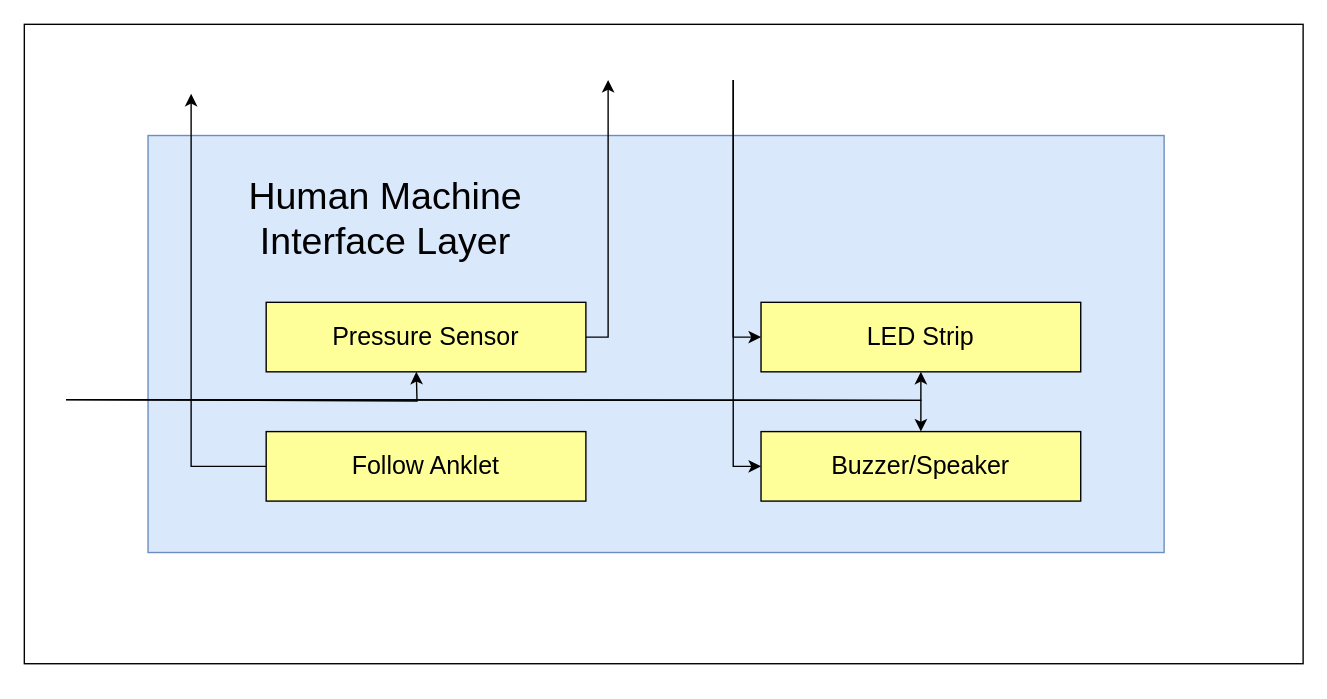
Above: DRAWIO Files/Kendall/HMI_Layer.drawio in TuringBoard/ADS (draw.io), before the change. Source tidied: cells renumbered, new cells numbered last; positions are measured from the earlier drawing's top-left corner, leaving out a move shared by most shapes. Both pictures are drawn from the tidied source at 139%, with x=0, y=0 at pixel (24, 24).
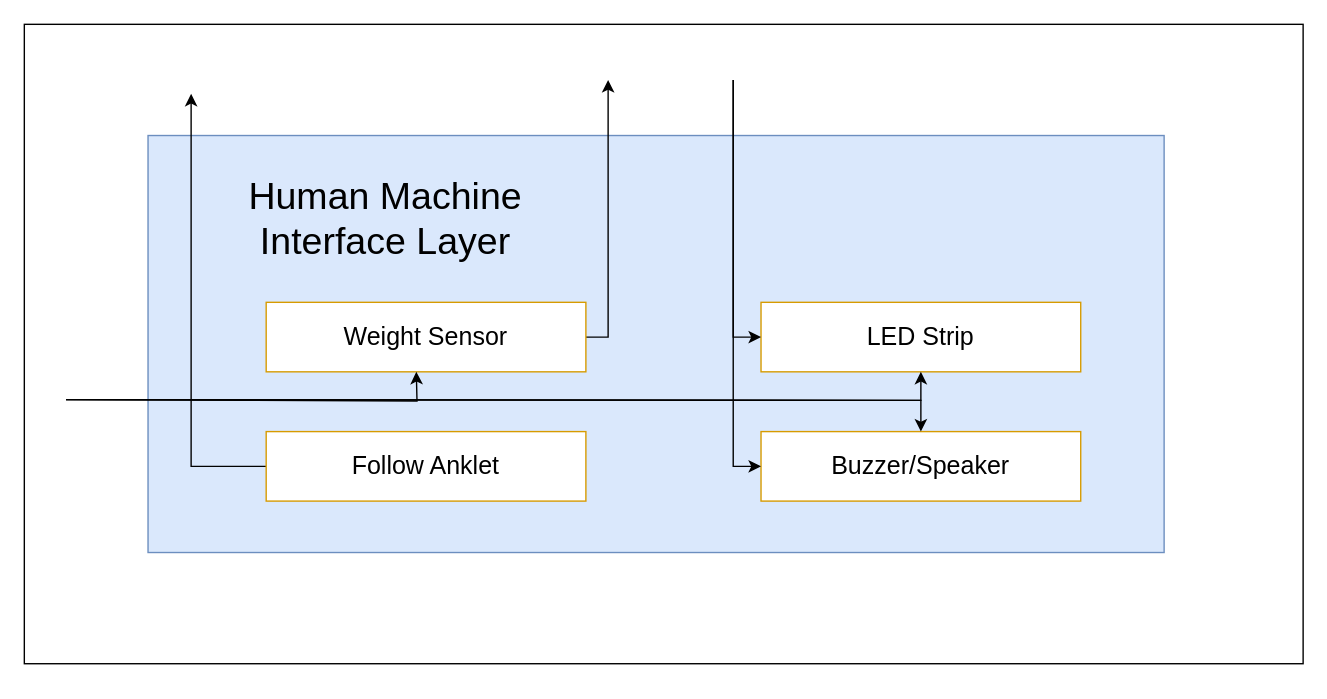
The same page after the edit.

Diff of the diagram source:
```diff
@@
-    <mxCell id="5" value="LED Strip" style="rounded=0;whiteSpace=wrap;html=1;fontSize=18;fillColor=#FFFF99;strokeColor=#000000;" parent="1" vertex="1">
+    <mxCell id="5" value="LED Strip" style="rounded=0;whiteSpace=wrap;html=1;fontSize=18;fillColor=#FFFFFF;strokeColor=#d79b00;" parent="1" vertex="1">
       <mxGeometry x="530" y="200" width="230" height="50" as="geometry" />
     </mxCell>
@@
-    <mxCell id="7" value="Pressure Sensor" style="rounded=0;whiteSpace=wrap;html=1;fontSize=18;fillColor=#FFFF99;" parent="1" vertex="1">
+    <mxCell id="7" value="Weight Sensor" style="rounded=0;whiteSpace=wrap;html=1;fontSize=18;fillColor=#FFFFFF;strokeColor=#d79b00;" parent="1" vertex="1">
       <mxGeometry x="174" y="200" width="230" height="50" as="geometry" />
     </mxCell>
-    <mxCell id="8" value="&lt;div&gt;Buzzer/Speaker&lt;/div&gt;" style="rounded=0;whiteSpace=wrap;html=1;fontSize=18;fillColor=#FFFF99;strokeColor=#000000;" parent="1" vertex="1">
+    <mxCell id="8" value="&lt;div&gt;Buzzer/Speaker&lt;/div&gt;" style="rounded=0;whiteSpace=wrap;html=1;fontSize=18;fillColor=#FFFFFF;strokeColor=#d79b00;" parent="1" vertex="1">
       <mxGeometry x="530" y="293" width="230" height="50" as="geometry" />
     </mxCell>
@@
-    <mxCell id="10" value="Follow Anklet" style="rounded=0;whiteSpace=wrap;html=1;fontSize=18;fillColor=#FFFF99;" parent="1" vertex="1">
+    <mxCell id="10" value="Follow Anklet" style="rounded=0;whiteSpace=wrap;html=1;fontSize=18;fillColor=#FFFFFF;strokeColor=#d79b00;" parent="1" vertex="1">
       <mxGeometry x="174" y="293" width="230" height="50" as="geometry" />
     </mxCell>
```
